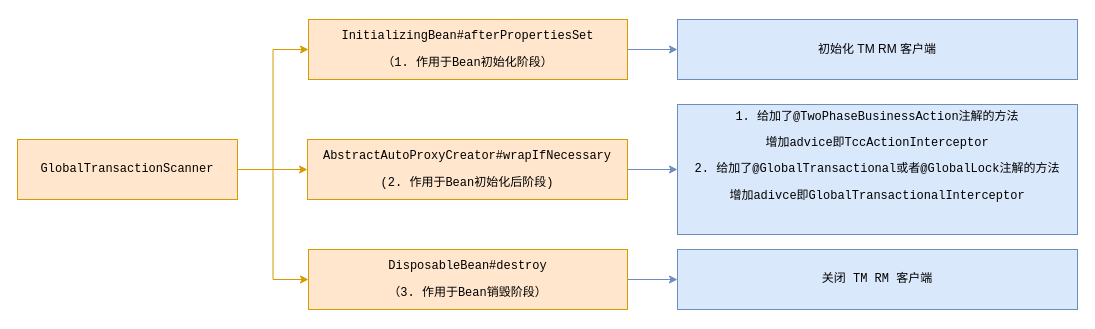
The draw.io diagram seata/GlobalTransactionScanner的作用.drawio in erlieStar/diagrams, before the edit. Source tidied: cells renumbered, new cells numbered last; positions are measured from the earlier drawing's top-left corner, leaving out a move shared by most shapes. Both pictures are drawn from the tidied source at 100%, with x=0, y=0 at pixel (17, 19).
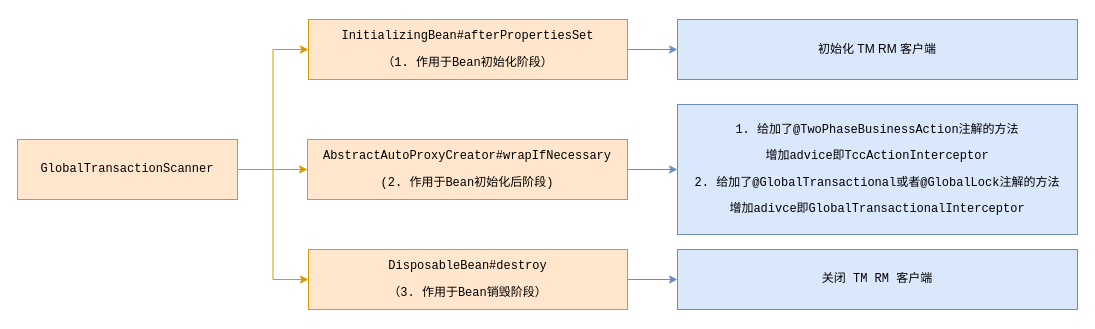
The same diagram, later.

The edit, as a diff of the source:
```diff
@@
 <mxGraphModel>
   <root>
     <mxCell id="0" />
     <mxCell id="1" parent="0" />
     <mxCell id="2" style="edgeStyle=orthogonalEdgeStyle;rounded=0;jettySize=auto;html=1;exitX=1;exitY=0.5;exitDx=0;exitDy=0;entryX=0;entryY=0.5;entryDx=0;entryDy=0;fillColor=#ffe6cc;strokeColor=#d79b00;" parent="1" edge="1" source="5" target="9">
       <mxGeometry relative="1" as="geometry" />
     </mxCell>
     <mxCell id="3" style="edgeStyle=orthogonalEdgeStyle;rounded=0;jettySize=auto;html=1;exitX=1;exitY=0.5;exitDx=0;exitDy=0;entryX=0;entryY=0.5;entryDx=0;entryDy=0;fillColor=#ffe6cc;strokeColor=#d79b00;" parent="1" edge="1" source="5" target="7">
       <mxGeometry relative="1" as="geometry" />
     </mxCell>
     <mxCell id="4" style="edgeStyle=orthogonalEdgeStyle;rounded=0;jettySize=auto;html=1;exitX=1;exitY=0.5;exitDx=0;exitDy=0;entryX=0;entryY=0.5;entryDx=0;entryDy=0;fillColor=#ffe6cc;strokeColor=#d79b00;" parent="1" edge="1" source="5" target="11">
       <mxGeometry relative="1" as="geometry" />
     </mxCell>
     <mxCell id="5" value="&lt;pre&gt;GlobalTransactionScanner&lt;/pre&gt;" style="rounded=0;whiteSpace=wrap;html=1;fillColor=#ffe6cc;strokeColor=#d79b00;" parent="1" vertex="1">
       <mxGeometry y="120" width="220" height="60" as="geometry" />
     </mxCell>
     <mxCell id="6" style="edgeStyle=orthogonalEdgeStyle;rounded=0;jettySize=auto;html=1;exitX=1;exitY=0.5;exitDx=0;exitDy=0;entryX=0;entryY=0.5;entryDx=0;entryDy=0;fillColor=#dae8fc;strokeColor=#6c8ebf;" parent="1" edge="1" source="7" target="13">
       <mxGeometry relative="1" as="geometry" />
     </mxCell>
     <mxCell id="7" value="&lt;pre&gt;&lt;pre&gt;AbstractAutoProxyCreator#wrapIfNecessary&lt;/pre&gt;&lt;pre&gt;(2. 作用于Bean初始化后阶段)&lt;/pre&gt;&lt;/pre&gt;" style="rounded=0;whiteSpace=wrap;html=1;fillColor=#ffe6cc;strokeColor=#d79b00;" parent="1" vertex="1">
       <mxGeometry x="290" y="120" width="320" height="60" as="geometry" />
     </mxCell>
     <mxCell id="8" style="edgeStyle=orthogonalEdgeStyle;rounded=0;jettySize=auto;html=1;exitX=1;exitY=0.5;exitDx=0;exitDy=0;entryX=0;entryY=0.5;entryDx=0;entryDy=0;fillColor=#dae8fc;strokeColor=#6c8ebf;" parent="1" edge="1" source="9" target="12">
       <mxGeometry relative="1" as="geometry" />
     </mxCell>
     <mxCell id="9" value="&lt;pre&gt;&lt;pre&gt;&lt;pre&gt;InitializingBean#afterPropertiesSet&lt;/pre&gt;&lt;pre&gt;（1. 作用于Bean初始化阶段）&lt;/pre&gt;&lt;/pre&gt;&lt;/pre&gt;" style="rounded=0;whiteSpace=wrap;html=1;fillColor=#ffe6cc;strokeColor=#d79b00;" parent="1" vertex="1">
       <mxGeometry x="291" width="319" height="60" as="geometry" />
     </mxCell>
     <mxCell id="10" style="edgeStyle=orthogonalEdgeStyle;rounded=0;jettySize=auto;html=1;exitX=1;exitY=0.5;exitDx=0;exitDy=0;entryX=0;entryY=0.5;entryDx=0;entryDy=0;fillColor=#dae8fc;strokeColor=#6c8ebf;" parent="1" edge="1" source="11" target="14">
       <mxGeometry relative="1" as="geometry" />
     </mxCell>
     <mxCell id="11" value="&lt;pre&gt;&lt;pre&gt;&lt;pre&gt;&lt;pre&gt;DisposableBean#destroy&lt;/pre&gt;&lt;pre&gt;（3. 作用于Bean销毁阶段）&lt;/pre&gt;&lt;/pre&gt;&lt;/pre&gt;&lt;/pre&gt;" style="rounded=0;whiteSpace=wrap;html=1;fillColor=#ffe6cc;strokeColor=#d79b00;" parent="1" vertex="1">
       <mxGeometry x="291" y="230" width="319" height="60" as="geometry" />
     </mxCell>
     <mxCell id="12" value="初始化 TM RM 客户端" style="rounded=0;whiteSpace=wrap;html=1;fillColor=#dae8fc;strokeColor=#6c8ebf;" parent="1" vertex="1">
       <mxGeometry x="660" width="400" height="60" as="geometry" />
     </mxCell>
-    <mxCell id="13" value="&lt;pre&gt;&lt;pre&gt;&lt;pre&gt;1. 给加了@TwoPhaseBusinessAction注解的方法&lt;/pre&gt;&lt;pre&gt;增加advice即TccActionInterceptor&lt;/pre&gt;&lt;pre&gt;2. 给加了@GlobalTransactional或者@GlobalLock注解的方法&lt;/pre&gt;&lt;pre&gt;增加adivce即GlobalTransactionalInterceptor&lt;/pre&gt;&lt;pre&gt;&lt;br&gt;&lt;/pre&gt;&lt;/pre&gt;&lt;/pre&gt;" style="rounded=0;whiteSpace=wrap;html=1;fillColor=#dae8fc;strokeColor=#6c8ebf;" parent="1" vertex="1">
+    <mxCell id="13" value="&lt;pre&gt;&lt;pre&gt;&lt;pre&gt;1. 给加了@TwoPhaseBusinessAction注解的方法&lt;/pre&gt;&lt;pre&gt;增加advice即TccActionInterceptor&lt;/pre&gt;&lt;pre&gt;2. 给加了@GlobalTransactional或者@GlobalLock注解的方法&lt;/pre&gt;&lt;pre&gt;增加adivce即GlobalTransactionalInterceptor&lt;/pre&gt;&lt;/pre&gt;&lt;/pre&gt;" style="rounded=0;whiteSpace=wrap;html=1;fillColor=#dae8fc;strokeColor=#6c8ebf;" parent="1" vertex="1">
       <mxGeometry x="660" y="85" width="400" height="130" as="geometry" />
     </mxCell>
     <mxCell id="14" value="&lt;pre&gt;&lt;pre&gt;&lt;pre&gt;关闭 TM RM 客户端&lt;/pre&gt;&lt;/pre&gt;&lt;/pre&gt;" style="rounded=0;whiteSpace=wrap;html=1;fillColor=#dae8fc;strokeColor=#6c8ebf;" parent="1" vertex="1">
       <mxGeometry x="660" y="230" width="400" height="60" as="geometry" />
     </mxCell>
   </root>
 </mxGraphModel>
```
